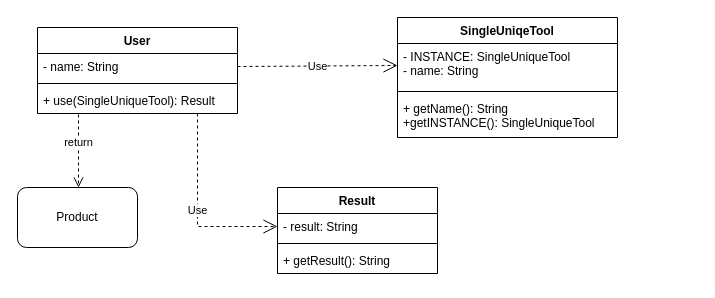
The draw.io diagram src/creation/singletone/singletone.drawio in SichniyAndriy/Avada_Task-5_Patterns, before the edit. Source tidied: cells renumbered, new cells numbered last; positions are measured from the earlier drawing's top-left corner, leaving out a move shared by most shapes. Both pictures are drawn from the tidied source at 100%, with x=0, y=0 at pixel (17, 17).
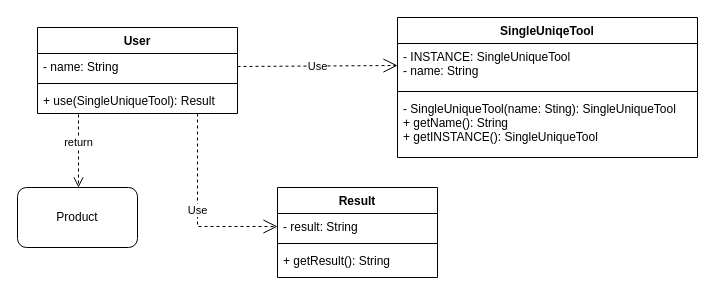
The same page after the edit.

Commit message:
fix singleton diagram

The edit, as a diff of the source:
```diff
@@
 <mxGraphModel>
   <root>
     <mxCell id="0" />
     <mxCell id="1" parent="0" />
     <mxCell id="2" value="User" style="swimlane;fontStyle=1;align=center;verticalAlign=top;horizontal=1;startSize=26;" parent="1" vertex="1">
       <mxGeometry x="20" y="10" width="200" height="86" as="geometry" />
     </mxCell>
     <mxCell id="3" value="- name: String" style="text;strokeColor=none;fillColor=none;align=left;verticalAlign=top;spacingLeft=4;spacingRight=4;overflow=hidden;points=[[0,0.5],[1,0.5]];portConstraint=eastwest;" parent="2" vertex="1">
       <mxGeometry y="26" width="200" height="26" as="geometry" />
     </mxCell>
     <mxCell id="4" style="line;strokeWidth=1;fillColor=none;align=left;verticalAlign=middle;spacingTop=-1;spacingLeft=3;spacingRight=3;labelPosition=right;strokeColor=inherit;" parent="2" vertex="1">
       <mxGeometry y="52" width="200" height="8" as="geometry" />
     </mxCell>
     <mxCell id="5" value="+ use(SingleUniqueTool): Result" style="text;strokeColor=none;fillColor=none;align=left;verticalAlign=top;spacingLeft=4;spacingRight=4;overflow=hidden;points=[[0,0.5],[1,0.5]];portConstraint=eastwest;" parent="2" vertex="1">
       <mxGeometry y="60" width="200" height="26" as="geometry" />
     </mxCell>
     <mxCell id="6" value="Result" style="swimlane;fontStyle=1;align=center;verticalAlign=top;horizontal=1;startSize=26;" parent="1" vertex="1">
-      <mxGeometry x="260" y="170" width="160" height="86" as="geometry" />
+      <mxGeometry x="260" y="170" width="160" height="90" as="geometry" />
     </mxCell>
     <mxCell id="7" value="- result: String" style="text;strokeColor=none;fillColor=none;align=left;verticalAlign=top;spacingLeft=4;spacingRight=4;overflow=hidden;points=[[0,0.5],[1,0.5]];portConstraint=eastwest;" parent="6" vertex="1">
       <mxGeometry y="26" width="160" height="26" as="geometry" />
     </mxCell>
     <mxCell id="8" style="line;strokeWidth=1;fillColor=none;align=left;verticalAlign=middle;spacingTop=-1;spacingLeft=3;spacingRight=3;labelPosition=right;strokeColor=inherit;" parent="6" vertex="1">
       <mxGeometry y="52" width="160" height="8" as="geometry" />
     </mxCell>
     <mxCell id="9" value="+ getResult(): String" style="text;strokeColor=none;fillColor=none;align=left;verticalAlign=top;spacingLeft=4;spacingRight=4;overflow=hidden;" parent="6" vertex="1">
-      <mxGeometry y="60" width="160" height="26" as="geometry" />
+      <mxGeometry y="60" width="160" height="30" as="geometry" />
     </mxCell>
     <mxCell id="10" value="SingleUniqeTool" style="swimlane;fontStyle=1;align=center;verticalAlign=top;horizontal=1;startSize=26;" parent="1" vertex="1">
-      <mxGeometry x="380" width="220" height="120" as="geometry" />
+      <mxGeometry x="380" width="300" height="140" as="geometry" />
     </mxCell>
     <mxCell id="11" value="- INSTANCE: SingleUniqueTool&#10;- name: String" style="text;strokeColor=none;fillColor=none;align=left;verticalAlign=top;spacingLeft=4;spacingRight=4;overflow=hidden;points=[[0,0.5],[1,0.5]];portConstraint=eastwest;" parent="10" vertex="1">
-      <mxGeometry y="26" width="220" height="44" as="geometry" />
+      <mxGeometry y="26" width="300" height="44" as="geometry" />
     </mxCell>
     <mxCell id="12" style="line;strokeWidth=1;fillColor=none;align=left;verticalAlign=middle;spacingTop=-1;spacingLeft=3;spacingRight=3;labelPosition=right;strokeColor=inherit;" parent="10" vertex="1">
-      <mxGeometry y="70" width="220" height="8" as="geometry" />
+      <mxGeometry y="70" width="300" height="8" as="geometry" />
     </mxCell>
-    <mxCell id="13" value="+ getName(): String&#10;+getINSTANCE(): SingleUniqueTool" style="text;strokeColor=none;fillColor=none;align=left;verticalAlign=top;spacingLeft=4;spacingRight=4;overflow=hidden;" parent="10" vertex="1">
-      <mxGeometry y="78" width="220" height="42" as="geometry" />
+    <mxCell id="13" value="- SingleUniqueTool(name: Sting): SingleUniqueTool&#10;+ getName(): String&#10;+ getINSTANCE(): SingleUniqueTool" style="text;strokeColor=none;fillColor=none;align=left;verticalAlign=top;spacingLeft=4;spacingRight=4;overflow=hidden;" parent="10" vertex="1">
+      <mxGeometry y="78" width="300" height="62" as="geometry" />
     </mxCell>
     <mxCell id="14" value="Use" style="endArrow=open;endSize=12;dashed=1;html=1;rounded=0;exitX=1;exitY=0.5;exitDx=0;exitDy=0;entryX=0;entryY=0.5;entryDx=0;entryDy=0;" parent="1" edge="1" source="3" target="11">
       <mxGeometry relative="1" as="geometry" />
     </mxCell>
     <mxCell id="15" value="Use" style="endArrow=open;endSize=12;dashed=1;html=1;rounded=0;exitX=0.8;exitY=1;exitDx=0;exitDy=0;exitPerimeter=0;entryX=0;entryY=0.5;entryDx=0;entryDy=0;" parent="1" edge="1" source="5" target="7">
       <mxGeometry relative="1" as="geometry">
         <Array as="points">
           <mxPoint x="180" y="209" />
         </Array>
       </mxGeometry>
     </mxCell>
     <mxCell id="16" value="return" style="html=1;verticalAlign=bottom;endArrow=open;dashed=1;endSize=8;rounded=0;exitX=0.205;exitY=1.038;exitDx=0;exitDy=0;exitPerimeter=0;" parent="1" edge="1" source="5">
       <mxGeometry relative="1" as="geometry">
         <mxPoint x="61" y="170" as="targetPoint" />
       </mxGeometry>
     </mxCell>
     <mxCell id="17" value="Product" style="rounded=1;whiteSpace=wrap;html=1;" parent="1" vertex="1">
       <mxGeometry y="170" width="120" height="60" as="geometry" />
     </mxCell>
   </root>
 </mxGraphModel>
```
